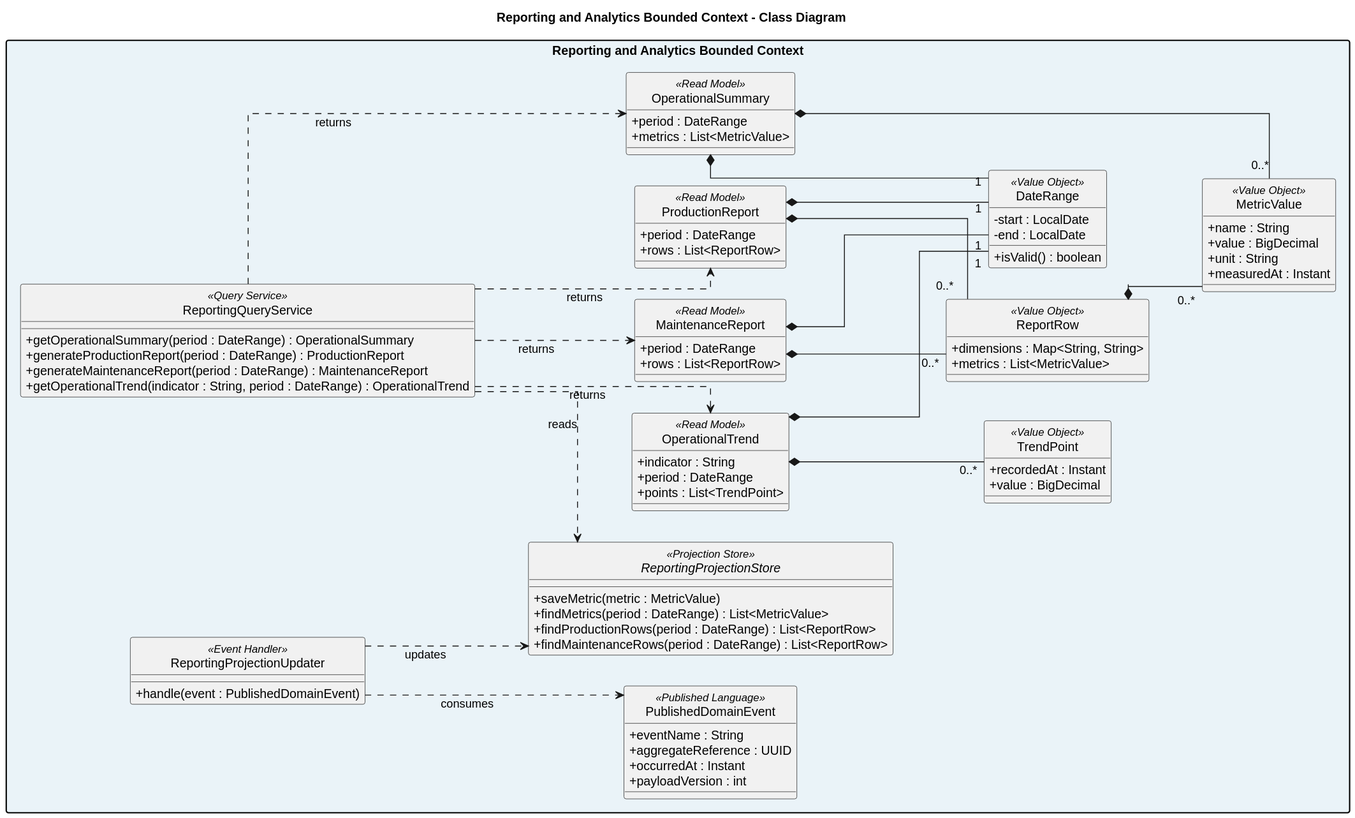
Earlier version of the PlantUML export assets/Images Chapter 4/Software Object-Oriented Design/Class Diagrams/reporting-analytics-class-diagram.svg (Vanguard-app-web/molinex-report). The source it was exported from:
```plantuml
@startuml
title Reporting and Analytics Bounded Context - Class Diagram
left to right direction
hide circle
skinparam classAttributeIconSize 0
skinparam shadowing false
skinparam linetype ortho
skinparam packageStyle rectangle

package "Reporting and Analytics Bounded Context" #EAF3F8 {
  class ReportingQueryService <<Query Service>> {
    +getOperationalSummary(period : DateRange) : OperationalSummary
    +generateProductionReport(period : DateRange) : ProductionReport
    +generateMaintenanceReport(period : DateRange) : MaintenanceReport
    +getOperationalTrend(indicator : String, period : DateRange) : OperationalTrend
  }

  class ReportingProjectionUpdater <<Event Handler>> {
    +handle(event : PublishedDomainEvent)
  }

  interface ReportingProjectionStore <<Projection Store>> {
    +saveMetric(metric : MetricValue)
    +findMetrics(period : DateRange) : List<MetricValue>
    +findProductionRows(period : DateRange) : List<ReportRow>
    +findMaintenanceRows(period : DateRange) : List<ReportRow>
  }

  class PublishedDomainEvent <<Published Language>> {
    +eventName : String
    +aggregateReference : UUID
    +occurredAt : Instant
    +payloadVersion : int
  }

  class DateRange <<Value Object>> {
    -start : LocalDate
    -end : LocalDate
    +isValid() : boolean
  }
  class MetricValue <<Value Object>> {
    +name : String
    +value : BigDecimal
    +unit : String
    +measuredAt : Instant
  }
  class ReportRow <<Value Object>> {
    +dimensions : Map<String, String>
    +metrics : List<MetricValue>
  }
  class TrendPoint <<Value Object>> {
    +recordedAt : Instant
    +value : BigDecimal
  }

  class OperationalSummary <<Read Model>> {
    +period : DateRange
    +metrics : List<MetricValue>
  }
  class ProductionReport <<Read Model>> {
    +period : DateRange
    +rows : List<ReportRow>
  }
  class MaintenanceReport <<Read Model>> {
    +period : DateRange
    +rows : List<ReportRow>
  }
  class OperationalTrend <<Read Model>> {
    +indicator : String
    +period : DateRange
    +points : List<TrendPoint>
  }
}

ReportingProjectionUpdater ..> PublishedDomainEvent : consumes
ReportingProjectionUpdater ..> ReportingProjectionStore : updates
ReportingQueryService ..> ReportingProjectionStore : reads
ReportingQueryService ..> OperationalSummary : returns
ReportingQueryService ..> ProductionReport : returns
ReportingQueryService ..> MaintenanceReport : returns
ReportingQueryService ..> OperationalTrend : returns
OperationalSummary *-- "1" DateRange
OperationalSummary *-- "0..*" MetricValue
ProductionReport *-- "1" DateRange
ProductionReport *-- "0..*" ReportRow
MaintenanceReport *-- "1" DateRange
MaintenanceReport *-- "0..*" ReportRow
OperationalTrend *-- "1" DateRange
OperationalTrend *-- "0..*" TrendPoint
ReportRow *-- "0..*" MetricValue
@enduml
```
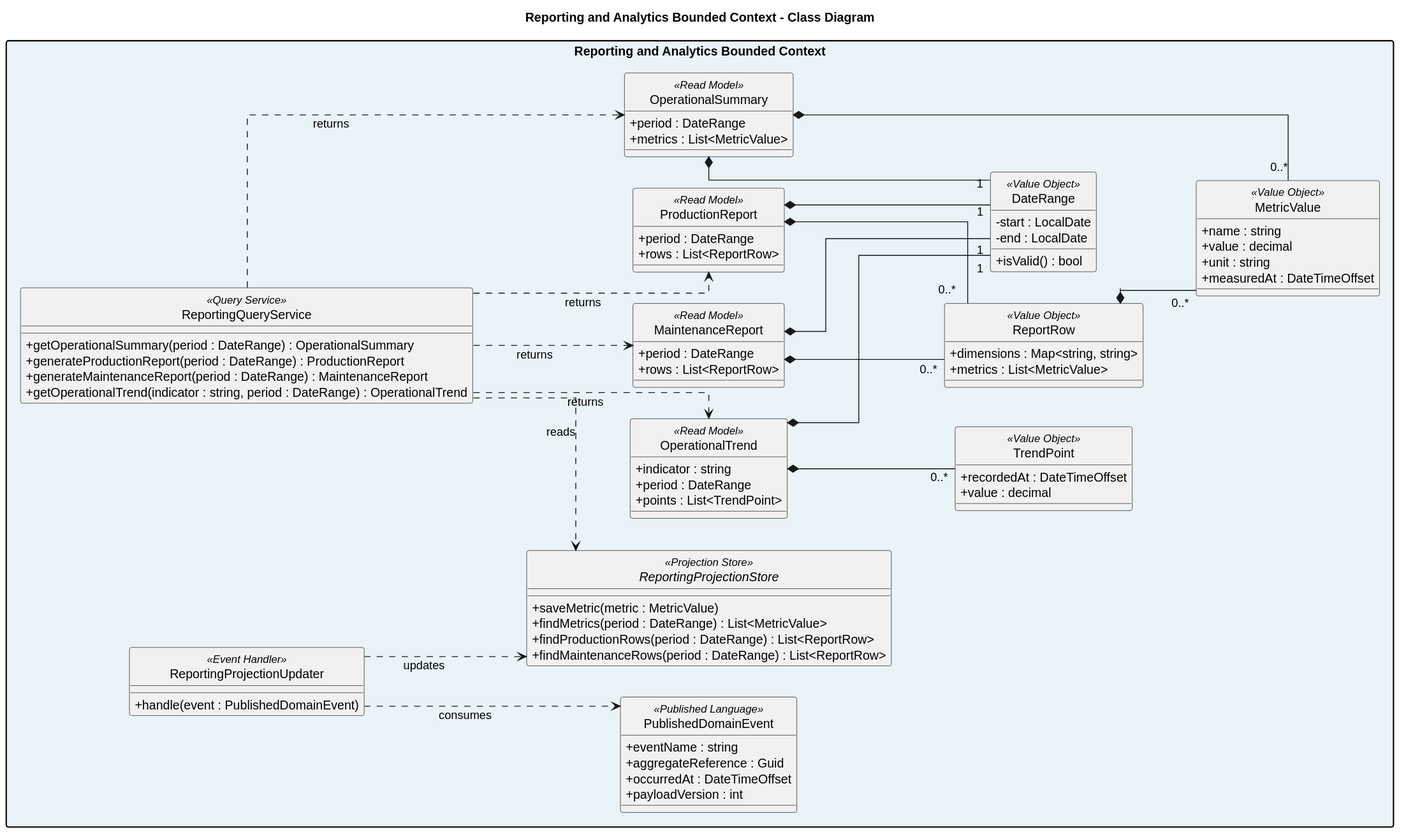
The same diagram one commit later.

Change to the diagram source:
```diff
@@ -12,7 +12,7 @@
     +getOperationalSummary(period : DateRange) : OperationalSummary
     +generateProductionReport(period : DateRange) : ProductionReport
     +generateMaintenanceReport(period : DateRange) : MaintenanceReport
-    +getOperationalTrend(indicator : String, period : DateRange) : OperationalTrend
+    +getOperationalTrend(indicator : string, period : DateRange) : OperationalTrend
   }
 
   class ReportingProjectionUpdater <<Event Handler>> {
@@ -27,30 +27,30 @@
   }
 
   class PublishedDomainEvent <<Published Language>> {
-    +eventName : String
-    +aggregateReference : UUID
-    +occurredAt : Instant
+    +eventName : string
+    +aggregateReference : Guid
+    +occurredAt : DateTimeOffset
     +payloadVersion : int
   }
 
   class DateRange <<Value Object>> {
     -start : LocalDate
     -end : LocalDate
-    +isValid() : boolean
+    +isValid() : bool
   }
   class MetricValue <<Value Object>> {
-    +name : String
-    +value : BigDecimal
-    +unit : String
-    +measuredAt : Instant
+    +name : string
+    +value : decimal
+    +unit : string
+    +measuredAt : DateTimeOffset
   }
   class ReportRow <<Value Object>> {
-    +dimensions : Map<String, String>
+    +dimensions : Map<string, string>
     +metrics : List<MetricValue>
   }
   class TrendPoint <<Value Object>> {
-    +recordedAt : Instant
-    +value : BigDecimal
+    +recordedAt : DateTimeOffset
+    +value : decimal
   }
 
   class OperationalSummary <<Read Model>> {
@@ -66,7 +66,7 @@
     +rows : List<ReportRow>
   }
   class OperationalTrend <<Read Model>> {
-    +indicator : String
+    +indicator : string
     +period : DateRange
     +points : List<TrendPoint>
   }
```
